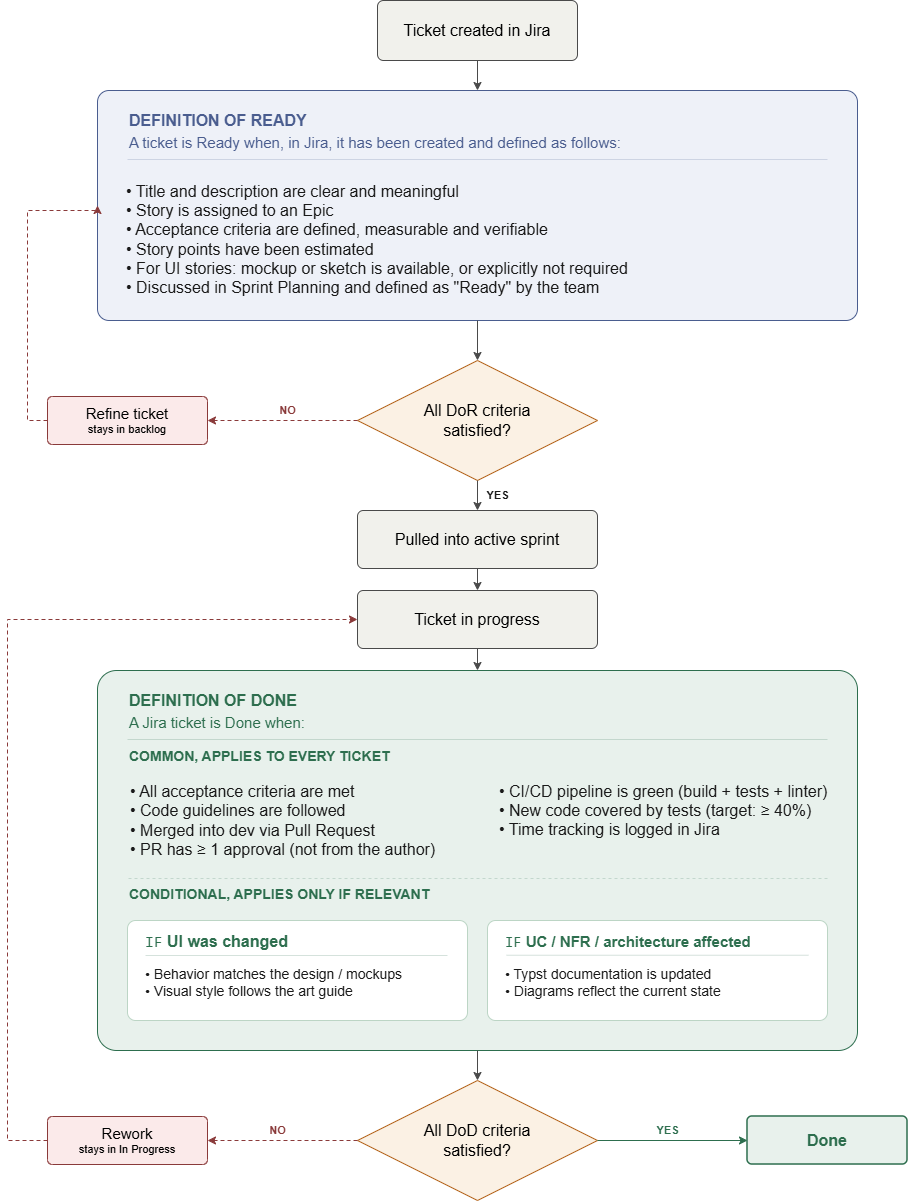
The draw.io diagram doc/resources/01 Product Documentation/dor_dod_flowchart.drawio.png in Fexty12573/glowcore, before a commit. Source tidied: cells renumbered, new cells last; positions are measured from the earlier drawing's top-left corner, leaving out a move shared by most shapes.
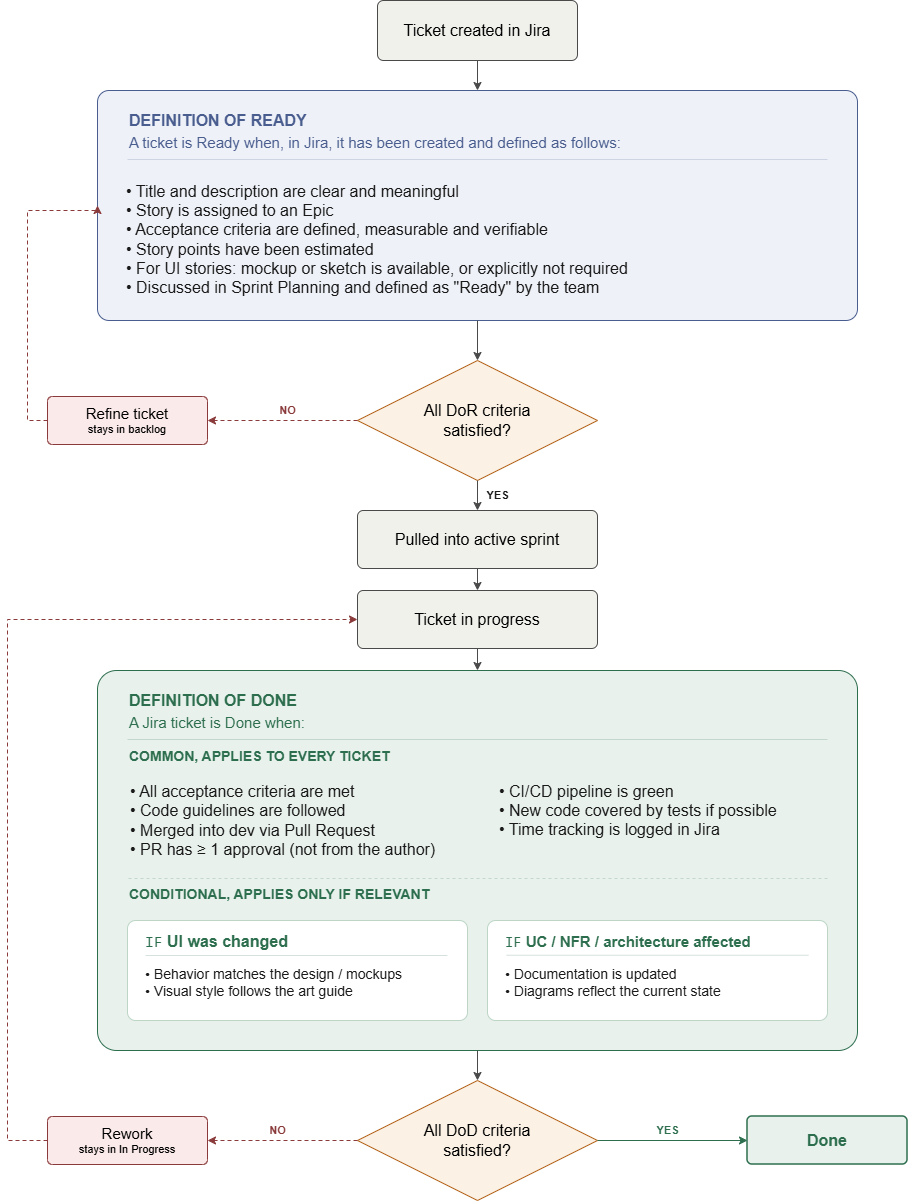
After the change.

Commit message:
Updated flowchart for DoR and DoD

The edit, as a diff of the source:
```diff
@@ -44,7 +44,7 @@
     <mxCell id="15" value="&lt;font style=&quot;font-size: 16px;&quot;&gt;• All acceptance criteria are met&lt;/font&gt;&lt;div&gt;&lt;font style=&quot;font-size: 16px;&quot;&gt;• Code guidelines are followed&lt;/font&gt;&lt;/div&gt;&lt;div&gt;&lt;font style=&quot;font-size: 16px;&quot;&gt;• Merged into dev via Pull Request&lt;/font&gt;&lt;/div&gt;&lt;div&gt;&lt;font style=&quot;font-size: 16px;&quot;&gt;• PR has ≥ 1 approval (not from the author)&lt;/font&gt;&lt;/div&gt;" style="text;html=1;strokeColor=none;fillColor=none;align=left;verticalAlign=middle;whiteSpace=wrap;fontSize=12;fontColor=#1A1A1A;" parent="1" vertex="1">
       <mxGeometry x="121" y="780" width="350" height="80" as="geometry" />
     </mxCell>
-    <mxCell id="16" value="&lt;font style=&quot;font-size: 16px;&quot;&gt;• CI/CD pipeline is green (build + tests + linter)&lt;/font&gt;&lt;div&gt;&lt;font style=&quot;font-size: 16px;&quot;&gt;• New code covered by tests (target: ≥ 40%)&lt;/font&gt;&lt;/div&gt;&lt;div&gt;&lt;font style=&quot;font-size: 16px;&quot;&gt;• Time tracking is logged in Jira&lt;/font&gt;&lt;/div&gt;" style="text;html=1;strokeColor=none;fillColor=none;align=left;verticalAlign=middle;whiteSpace=wrap;fontSize=12;fontColor=#1A1A1A;" parent="1" vertex="1">
+    <mxCell id="16" value="&lt;font style=&quot;font-size: 16px;&quot;&gt;• CI/CD pipeline is green&lt;/font&gt;&lt;div&gt;&lt;font style=&quot;font-size: 16px;&quot;&gt;• New code covered by tests if possible&lt;/font&gt;&lt;/div&gt;&lt;div&gt;&lt;font style=&quot;font-size: 16px;&quot;&gt;• Time tracking is logged in Jira&lt;/font&gt;&lt;/div&gt;" style="text;html=1;strokeColor=none;fillColor=none;align=left;verticalAlign=middle;whiteSpace=wrap;fontSize=12;fontColor=#1A1A1A;" parent="1" vertex="1">
       <mxGeometry x="490" y="780" width="360" height="60" as="geometry" />
     </mxCell>
     <mxCell id="17" value="&lt;font style=&quot;font-size: 14px;&quot;&gt;CONDITIONAL, APPLIES ONLY IF RELEVANT&lt;/font&gt;" style="text;html=1;strokeColor=none;fillColor=none;align=left;verticalAlign=middle;whiteSpace=wrap;fontSize=10;fontStyle=1;fontColor=#2D6E4E;letterSpacing=2;" parent="1" vertex="1">
@@ -65,7 +65,7 @@
     <mxCell id="22" value="&lt;font style=&quot;font-size: 15px;&quot;&gt;&lt;span style=&quot;color: rgb(45, 110, 78); font-family: monospace;&quot;&gt;IF&lt;/span&gt; &lt;b style=&quot;&quot;&gt;UC / NFR / architecture affected&lt;/b&gt;&lt;/font&gt;" style="text;html=1;strokeColor=none;fillColor=none;align=left;verticalAlign=middle;whiteSpace=wrap;fontSize=12;fontColor=#2D6E4E;" parent="1" vertex="1">
       <mxGeometry x="496" y="930" width="320" height="22" as="geometry" />
     </mxCell>
-    <mxCell id="23" value="&lt;font style=&quot;font-size: 14px;&quot;&gt;• Typst documentation is updated&lt;/font&gt;&lt;div&gt;&lt;font style=&quot;font-size: 14px;&quot;&gt;• Diagrams reflect the current state&lt;/font&gt;&lt;/div&gt;" style="text;html=1;strokeColor=none;fillColor=none;align=left;verticalAlign=middle;whiteSpace=wrap;fontSize=12;fontColor=#1A1A1A;" parent="1" vertex="1">
+    <mxCell id="23" value="&lt;font style=&quot;font-size: 14px;&quot;&gt;• Documentation is updated&lt;/font&gt;&lt;div&gt;&lt;font style=&quot;font-size: 14px;&quot;&gt;• Diagrams reflect the current state&lt;/font&gt;&lt;/div&gt;" style="text;html=1;strokeColor=none;fillColor=none;align=left;verticalAlign=middle;whiteSpace=wrap;fontSize=12;fontColor=#1A1A1A;" parent="1" vertex="1">
       <mxGeometry x="496" y="964" width="320" height="36" as="geometry" />
     </mxCell>
     <mxCell id="24" value="&lt;font style=&quot;font-size: 16px;&quot;&gt;All DoD criteria&lt;br&gt;satisfied?&lt;/font&gt;" style="rhombus;whiteSpace=wrap;html=1;fillColor=#FBF1E4;strokeColor=#B5651D;fontSize=12;" parent="1" vertex="1">
```
